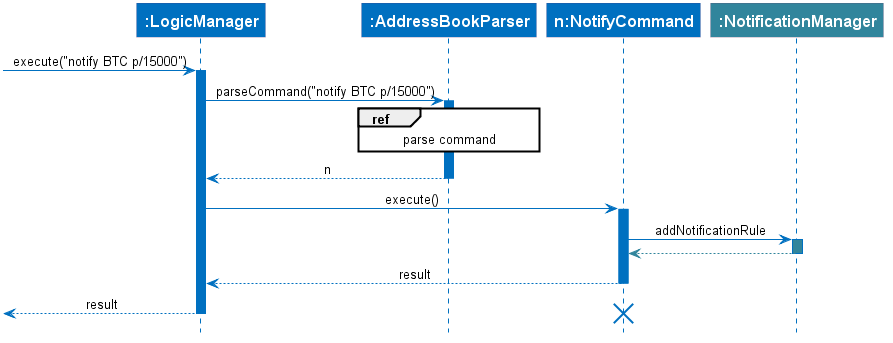
Earlier version of the PlantUML export docs/images/NotificationsSequenceDiagram1.png (ewaldhew/addressbook-level4). Source of this version:
```plantuml
@startuml

hide footbox
skinparam SequenceMessageAlign center
skinparam shadowing false
skinparam sequence {
  ActorBackgroundColor #DDDDDD
  ActorBorderColor black
  ArrowColor #0070C0
  ParticipantFontColor white
  ParticipantFontSize 16
  ParticipantFontStyle bold
  ParticipantBorderThickness 0
  ParticipantBackgroundColor #0070C0
  LifeLineBorderColor #0070C0
  LifeLineBackgroundColor #0070C0
  defaultFontName Calibri
}

participant ":LogicManager" as LM
participant ":AddressBookParser" as A
participant "n:NotifyCommand" as N
participant ":NotificationManager" as M #31859C

[-> LM : execute("notify BTC p/15000")
activate LM

LM -> A : parseCommand("notify BTC p/15000")
activate A

ref over A : parse command
LM <-- A : n
deactivate A

LM -> N : execute()
activate N
N -> M : addNotificationRule
activate M #31859C
N <-[#31859C]- M
deactivate M

LM <-- N : result
deactivate N
[<-- LM : result
deactivate LM
destroy N

@enduml
```
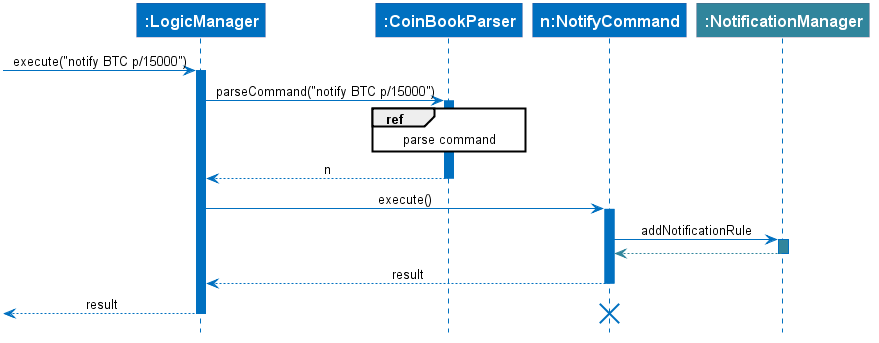
The same file after the commit.

The edit, as a diff of the source:
```diff
@@ -18,7 +18,7 @@
 }
 
 participant ":LogicManager" as LM
-participant ":AddressBookParser" as A
+participant ":CoinBookParser" as A
 participant "n:NotifyCommand" as N
 participant ":NotificationManager" as M #31859C
 
```
